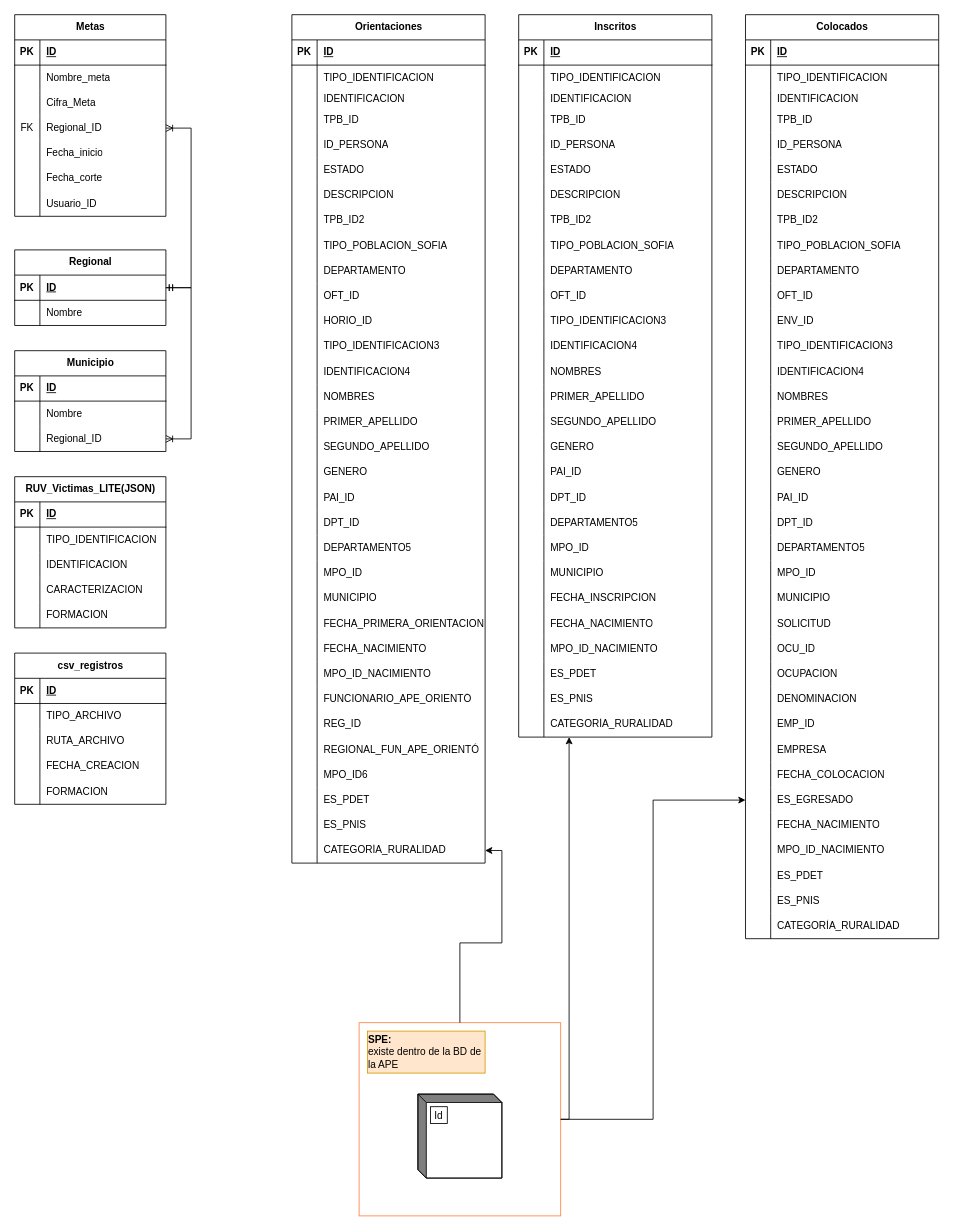
Earlier version of the draw.io diagram Diagrama sin título.drawio (nrb3098/ProyectoVictimasAPE). Source tidied: cells renumbered, new cells numbered last; positions are measured from the earlier drawing's top-left corner, leaving out a move shared by most shapes. Both pictures are drawn from the tidied source at 84%, with x=0, y=0 at pixel (14, 14).
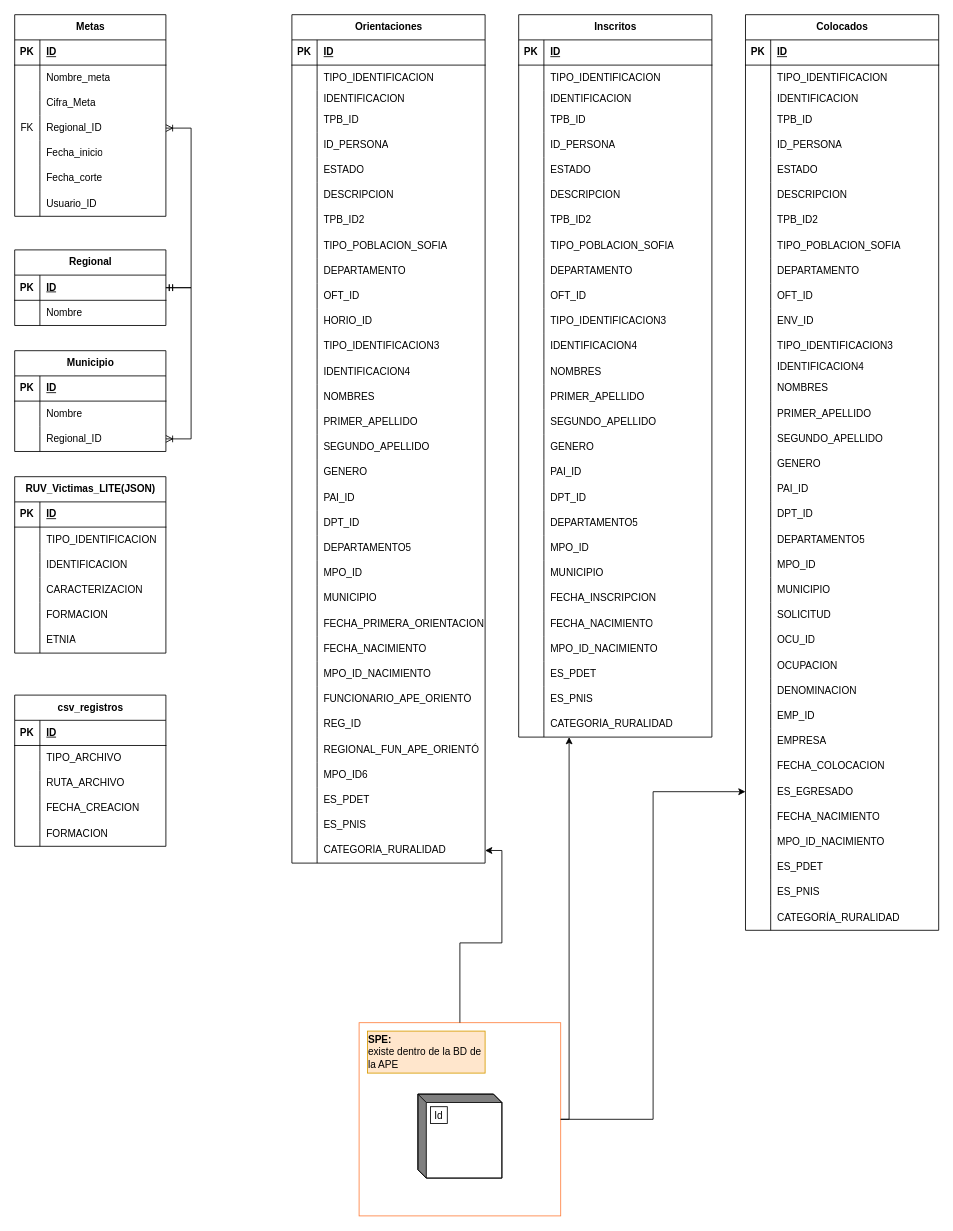
The same page after the edit.

The edit, as a diff of the source:
```diff
@@
     <mxCell id="214" value="Colocados" style="shape=table;startSize=30;childLayout=tableLayout;rowLines=0;fontStyle=1;align=center;html=1;" parent="1" vertex="1">
-      <mxGeometry x="870" width="230" height="1100" as="geometry" />
+      <mxGeometry x="870" width="230" height="1090" as="geometry" />
     </mxCell>
@@
     <mxCell id="254" style="shape=tableRow;horizontal=0;startSize=0;swimlaneHead=0;swimlaneBody=0;fillColor=none;top=0;left=0;right=0;bottom=0;" parent="214" vertex="1">
-      <mxGeometry y="410" width="230" height="30" as="geometry" />
+      <mxGeometry y="410" width="230" height="20" as="geometry" />
     </mxCell>
     <mxCell id="255" style="shape=partialRectangle;fillColor=none;top=0;left=0;bottom=0;right=0;overflow=hidden;whiteSpace=wrap;html=1;" parent="254" vertex="1">
-      <mxGeometry width="30" height="30" as="geometry" />
+      <mxGeometry width="30" height="20" as="geometry" />
     </mxCell>
     <mxCell id="256" value="IDENTIFICACION4" style="shape=partialRectangle;fillColor=none;top=0;left=0;bottom=0;right=0;align=left;spacingLeft=6;overflow=hidden;whiteSpace=wrap;html=1;" parent="254" vertex="1">
-      <mxGeometry x="30" width="200" height="30" as="geometry" />
+      <mxGeometry x="30" width="200" height="20" as="geometry" />
     </mxCell>
     <mxCell id="257" style="shape=tableRow;horizontal=0;startSize=0;swimlaneHead=0;swimlaneBody=0;fillColor=none;top=0;left=0;right=0;bottom=0;" parent="214" vertex="1">
-      <mxGeometry y="440" width="230" height="30" as="geometry" />
+      <mxGeometry y="430" width="230" height="30" as="geometry" />
     </mxCell>
@@
     <mxCell id="260" style="shape=tableRow;horizontal=0;startSize=0;swimlaneHead=0;swimlaneBody=0;fillColor=none;top=0;left=0;right=0;bottom=0;" parent="214" vertex="1">
-      <mxGeometry y="470" width="230" height="30" as="geometry" />
+      <mxGeometry y="460" width="230" height="30" as="geometry" />
     </mxCell>
@@
     <mxCell id="263" style="shape=tableRow;horizontal=0;startSize=0;swimlaneHead=0;swimlaneBody=0;fillColor=none;top=0;left=0;right=0;bottom=0;" parent="214" vertex="1">
-      <mxGeometry y="500" width="230" height="30" as="geometry" />
+      <mxGeometry y="490" width="230" height="30" as="geometry" />
     </mxCell>
@@
     <mxCell id="266" style="shape=tableRow;horizontal=0;startSize=0;swimlaneHead=0;swimlaneBody=0;fillColor=none;top=0;left=0;right=0;bottom=0;" parent="214" vertex="1">
-      <mxGeometry y="530" width="230" height="30" as="geometry" />
+      <mxGeometry y="520" width="230" height="30" as="geometry" />
     </mxCell>
@@
     <mxCell id="269" style="shape=tableRow;horizontal=0;startSize=0;swimlaneHead=0;swimlaneBody=0;fillColor=none;top=0;left=0;right=0;bottom=0;" parent="214" vertex="1">
-      <mxGeometry y="560" width="230" height="30" as="geometry" />
+      <mxGeometry y="550" width="230" height="30" as="geometry" />
     </mxCell>
@@
     <mxCell id="272" style="shape=tableRow;horizontal=0;startSize=0;swimlaneHead=0;swimlaneBody=0;fillColor=none;top=0;left=0;right=0;bottom=0;" parent="214" vertex="1">
-      <mxGeometry y="590" width="230" height="30" as="geometry" />
+      <mxGeometry y="580" width="230" height="30" as="geometry" />
     </mxCell>
@@
     <mxCell id="275" style="shape=tableRow;horizontal=0;startSize=0;swimlaneHead=0;swimlaneBody=0;fillColor=none;top=0;left=0;right=0;bottom=0;" parent="214" vertex="1">
-      <mxGeometry y="620" width="230" height="30" as="geometry" />
+      <mxGeometry y="610" width="230" height="30" as="geometry" />
     </mxCell>
@@
     <mxCell id="278" style="shape=tableRow;horizontal=0;startSize=0;swimlaneHead=0;swimlaneBody=0;fillColor=none;top=0;left=0;right=0;bottom=0;" parent="214" vertex="1">
-      <mxGeometry y="650" width="230" height="30" as="geometry" />
+      <mxGeometry y="640" width="230" height="30" as="geometry" />
     </mxCell>
@@
     <mxCell id="281" style="shape=tableRow;horizontal=0;startSize=0;swimlaneHead=0;swimlaneBody=0;fillColor=none;top=0;left=0;right=0;bottom=0;" parent="214" vertex="1">
-      <mxGeometry y="680" width="230" height="30" as="geometry" />
+      <mxGeometry y="670" width="230" height="30" as="geometry" />
     </mxCell>
@@
     <mxCell id="284" style="shape=tableRow;horizontal=0;startSize=0;swimlaneHead=0;swimlaneBody=0;fillColor=none;top=0;left=0;right=0;bottom=0;" parent="214" vertex="1">
-      <mxGeometry y="710" width="230" height="30" as="geometry" />
+      <mxGeometry y="700" width="230" height="30" as="geometry" />
     </mxCell>
@@
     <mxCell id="287" style="shape=tableRow;horizontal=0;startSize=0;swimlaneHead=0;swimlaneBody=0;fillColor=none;top=0;left=0;right=0;bottom=0;" parent="214" vertex="1">
-      <mxGeometry y="740" width="230" height="30" as="geometry" />
+      <mxGeometry y="730" width="230" height="30" as="geometry" />
     </mxCell>
@@
     <mxCell id="290" style="shape=tableRow;horizontal=0;startSize=0;swimlaneHead=0;swimlaneBody=0;fillColor=none;top=0;left=0;right=0;bottom=0;" parent="214" vertex="1">
-      <mxGeometry y="770" width="230" height="30" as="geometry" />
+      <mxGeometry y="760" width="230" height="30" as="geometry" />
     </mxCell>
@@
     <mxCell id="293" style="shape=tableRow;horizontal=0;startSize=0;swimlaneHead=0;swimlaneBody=0;fillColor=none;top=0;left=0;right=0;bottom=0;" parent="214" vertex="1">
-      <mxGeometry y="800" width="230" height="30" as="geometry" />
+      <mxGeometry y="790" width="230" height="30" as="geometry" />
     </mxCell>
@@
     <mxCell id="296" style="shape=tableRow;horizontal=0;startSize=0;swimlaneHead=0;swimlaneBody=0;fillColor=none;top=0;left=0;right=0;bottom=0;" parent="214" vertex="1">
-      <mxGeometry y="830" width="230" height="30" as="geometry" />
+      <mxGeometry y="820" width="230" height="30" as="geometry" />
     </mxCell>
@@
     <mxCell id="299" style="shape=tableRow;horizontal=0;startSize=0;swimlaneHead=0;swimlaneBody=0;fillColor=none;top=0;left=0;right=0;bottom=0;" parent="214" vertex="1">
-      <mxGeometry y="860" width="230" height="30" as="geometry" />
+      <mxGeometry y="850" width="230" height="30" as="geometry" />
     </mxCell>
@@
     <mxCell id="302" style="shape=tableRow;horizontal=0;startSize=0;swimlaneHead=0;swimlaneBody=0;fillColor=none;top=0;left=0;right=0;bottom=0;" parent="214" vertex="1">
-      <mxGeometry y="890" width="230" height="30" as="geometry" />
+      <mxGeometry y="880" width="230" height="30" as="geometry" />
     </mxCell>
@@
     <mxCell id="305" style="shape=tableRow;horizontal=0;startSize=0;swimlaneHead=0;swimlaneBody=0;fillColor=none;points=[[0,0.5],[1,0.5]];portConstraint=eastwest;top=0;left=0;right=0;bottom=0;" parent="214" vertex="1">
-      <mxGeometry y="920" width="230" height="30" as="geometry" />
+      <mxGeometry y="910" width="230" height="30" as="geometry" />
     </mxCell>
@@
     <mxCell id="308" style="shape=tableRow;horizontal=0;startSize=0;swimlaneHead=0;swimlaneBody=0;fillColor=none;top=0;left=0;right=0;bottom=0;" parent="214" vertex="1">
-      <mxGeometry y="950" width="230" height="30" as="geometry" />
+      <mxGeometry y="940" width="230" height="30" as="geometry" />
     </mxCell>
@@
     <mxCell id="311" style="shape=tableRow;horizontal=0;startSize=0;swimlaneHead=0;swimlaneBody=0;fillColor=none;top=0;left=0;right=0;bottom=0;" parent="214" vertex="1">
-      <mxGeometry y="980" width="230" height="30" as="geometry" />
+      <mxGeometry y="970" width="230" height="30" as="geometry" />
     </mxCell>
@@
     <mxCell id="314" style="shape=tableRow;horizontal=0;startSize=0;swimlaneHead=0;swimlaneBody=0;fillColor=none;top=0;left=0;right=0;bottom=0;" parent="214" vertex="1">
-      <mxGeometry y="1010" width="230" height="30" as="geometry" />
+      <mxGeometry y="1000" width="230" height="30" as="geometry" />
     </mxCell>
@@
     <mxCell id="317" style="shape=tableRow;horizontal=0;startSize=0;swimlaneHead=0;swimlaneBody=0;fillColor=none;top=0;left=0;right=0;bottom=0;" parent="214" vertex="1">
-      <mxGeometry y="1040" width="230" height="30" as="geometry" />
+      <mxGeometry y="1030" width="230" height="30" as="geometry" />
     </mxCell>
@@
     <mxCell id="320" style="shape=tableRow;horizontal=0;startSize=0;swimlaneHead=0;swimlaneBody=0;fillColor=none;top=0;left=0;right=0;bottom=0;" parent="214" vertex="1">
-      <mxGeometry y="1070" width="230" height="30" as="geometry" />
+      <mxGeometry y="1060" width="230" height="30" as="geometry" />
     </mxCell>
@@
     <mxCell id="342" value="RUV_Victimas_LITE(JSON)" style="shape=table;startSize=30;childLayout=tableLayout;rowLines=0;fontStyle=1;align=center;html=1;" parent="1" vertex="1">
-      <mxGeometry y="550" width="180" height="180" as="geometry" />
+      <mxGeometry y="550" width="180" height="210" as="geometry" />
     </mxCell>
@@
+    <mxCell id="377" style="shape=tableRow;horizontal=0;startSize=0;swimlaneHead=0;swimlaneBody=0;fillColor=none;top=0;left=0;right=0;bottom=0;" parent="342" vertex="1">
+      <mxGeometry y="180" width="180" height="30" as="geometry" />
+    </mxCell>
+    <mxCell id="378" style="shape=partialRectangle;fillColor=none;top=0;left=0;bottom=0;right=0;overflow=hidden;whiteSpace=wrap;html=1;" parent="377" vertex="1">
+      <mxGeometry width="30" height="30" as="geometry" />
+    </mxCell>
+    <mxCell id="379" value="ETNIA" style="shape=partialRectangle;fillColor=none;top=0;left=0;bottom=0;right=0;align=left;spacingLeft=6;overflow=hidden;whiteSpace=wrap;html=1;" parent="377" vertex="1">
+      <mxGeometry x="30" width="150" height="30" as="geometry" />
+    </mxCell>
@@
     <mxCell id="361" value="csv_registros" style="shape=table;startSize=30;childLayout=tableLayout;rowLines=0;fontStyle=1;align=center;html=1;" parent="1" vertex="1">
-      <mxGeometry y="760" width="180" height="180" as="geometry" />
+      <mxGeometry y="810" width="180" height="180" as="geometry" />
     </mxCell>
```
